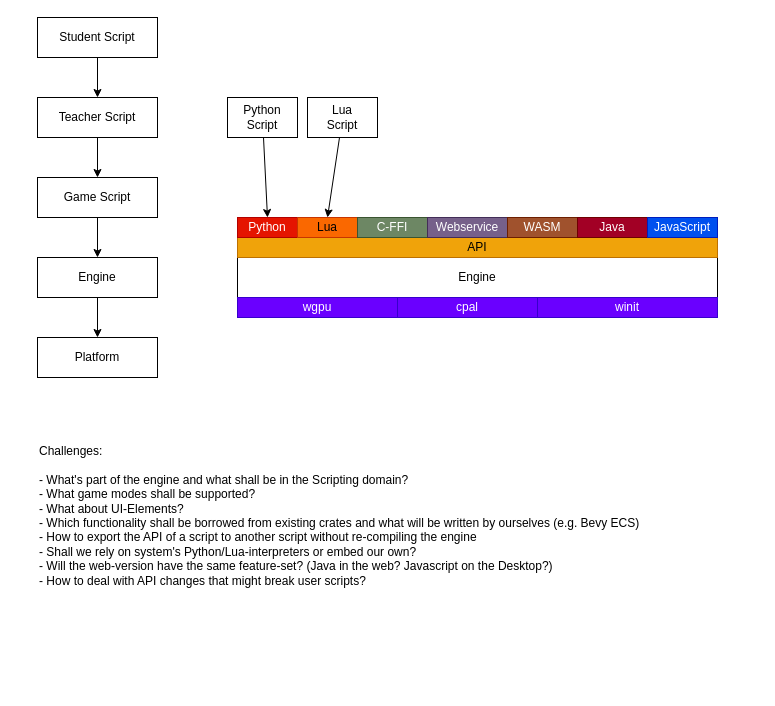
Earlier version of the draw.io diagram docs/overview2.drawio (gam3du/gam3du). Source tidied: cells renumbered, new cells numbered last; positions are measured from the earlier drawing's top-left corner, leaving out a move shared by most shapes. Both pictures are drawn from the tidied source at 100%, with x=0, y=0 at pixel (37, 17).
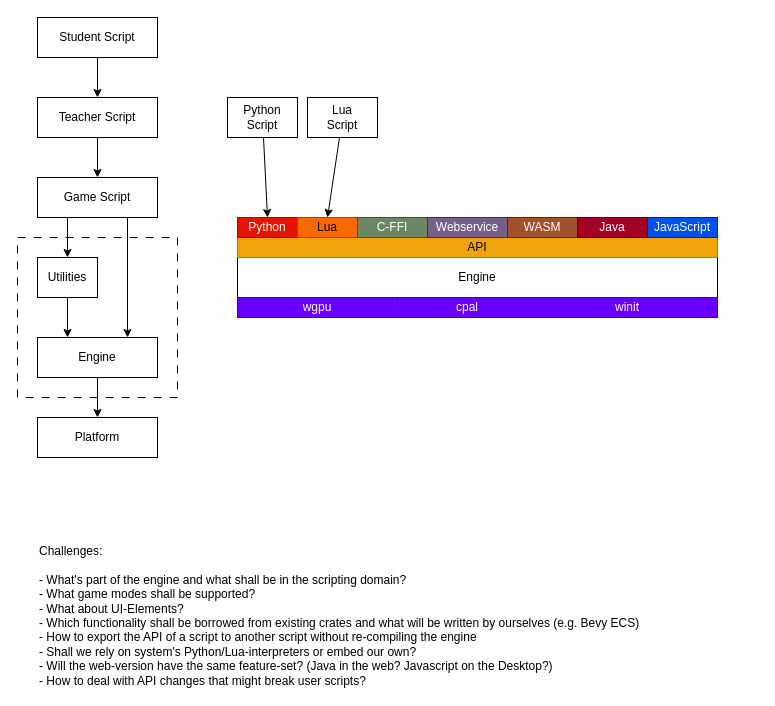
After the change.

Unchanged cells that the change refers to:
```xml
<mxCell id="7" value="Game Script" style="rounded=0;whiteSpace=wrap;html=1;" parent="1" vertex="1">
  <mxGeometry y="160" width="120" height="40" as="geometry" />
</mxCell>
```

Diff of the diagram source:
```diff
@@
+    <mxCell id="28" style="whiteSpace=wrap;html=1;dashed=1;dashPattern=8 8;fillStyle=auto;" parent="1" vertex="1">
+      <mxGeometry x="-20" y="220" width="160" height="160" as="geometry" />
+    </mxCell>
@@
-    <mxCell id="6" style="edgeStyle=none;html=1;" parent="1" edge="1" source="7" target="9">
+    <mxCell id="6" style="edgeStyle=none;html=1;entryX=0.5;entryY=0;entryDx=0;entryDy=0;exitX=0.25;exitY=1;exitDx=0;exitDy=0;" parent="1" edge="1" source="7" target="31">
       <mxGeometry relative="1" as="geometry" />
     </mxCell>
+    <mxCell id="29" style="edgeStyle=none;html=1;entryX=0.75;entryY=0;entryDx=0;entryDy=0;exitX=0.75;exitY=1;exitDx=0;exitDy=0;" parent="1" edge="1" source="7" target="9">
+      <mxGeometry relative="1" as="geometry" />
+    </mxCell>
@@
     <mxCell id="9" value="Engine" style="rounded=0;whiteSpace=wrap;html=1;" parent="1" vertex="1">
-      <mxGeometry y="240" width="120" height="40" as="geometry" />
+      <mxGeometry y="320" width="120" height="40" as="geometry" />
     </mxCell>
     <mxCell id="10" value="Platform" style="rounded=0;whiteSpace=wrap;html=1;" parent="1" vertex="1">
-      <mxGeometry y="320" width="120" height="40" as="geometry" />
+      <mxGeometry y="400" width="120" height="40" as="geometry" />
     </mxCell>
@@
-    <mxCell id="27" value="Challenges:&lt;br&gt;&lt;br&gt;- What's part of the engine and what shall be in the Scripting domain?&lt;br&gt;- What game modes shall be supported?&lt;br&gt;- What about UI-Elements?&lt;br&gt;- Which functionality shall be borrowed from existing crates and what will be written by ourselves (e.g. Bevy ECS)&lt;br&gt;- How to export the API of a script to another script without re-compiling the engine&lt;br&gt;- Shall we rely on system's Python/Lua-interpreters or embed our own?&lt;br&gt;- Will the web-version have the same feature-set? (Java in the web? Javascript on the Desktop?)&lt;br&gt;- How to deal with API changes that might break user scripts?" style="text;strokeColor=none;align=left;fillColor=none;html=1;verticalAlign=top;whiteSpace=wrap;rounded=0;horizontal=1;" parent="1" vertex="1">
-      <mxGeometry y="420" width="720" height="150" as="geometry" />
+    <mxCell id="27" value="Challenges:&lt;br&gt;&lt;br&gt;- What's part of the engine and what shall be in the scripting domain?&lt;br&gt;- What game modes shall be supported?&lt;br&gt;- What about UI-Elements?&lt;br&gt;- Which functionality shall be borrowed from existing crates and what will be written by ourselves (e.g. Bevy ECS)&lt;br&gt;- How to export the API of a script to another script without re-compiling the engine&lt;br&gt;- Shall we rely on system's Python/Lua-interpreters or embed our own?&lt;br&gt;- Will the web-version have the same feature-set? (Java in the web? Javascript on the Desktop?)&lt;br&gt;- How to deal with API changes that might break user scripts?" style="text;strokeColor=none;align=left;fillColor=none;html=1;verticalAlign=top;whiteSpace=wrap;rounded=0;horizontal=1;" parent="1" vertex="1">
+      <mxGeometry y="520" width="720" height="150" as="geometry" />
     </mxCell>
+    <mxCell id="30" style="edgeStyle=none;html=1;entryX=0.25;entryY=0;entryDx=0;entryDy=0;" parent="1" edge="1" source="31" target="9">
+      <mxGeometry relative="1" as="geometry" />
+    </mxCell>
+    <mxCell id="31" value="Utilities" style="rounded=0;whiteSpace=wrap;html=1;" parent="1" vertex="1">
+      <mxGeometry y="240" width="60" height="40" as="geometry" />
+    </mxCell>
```
